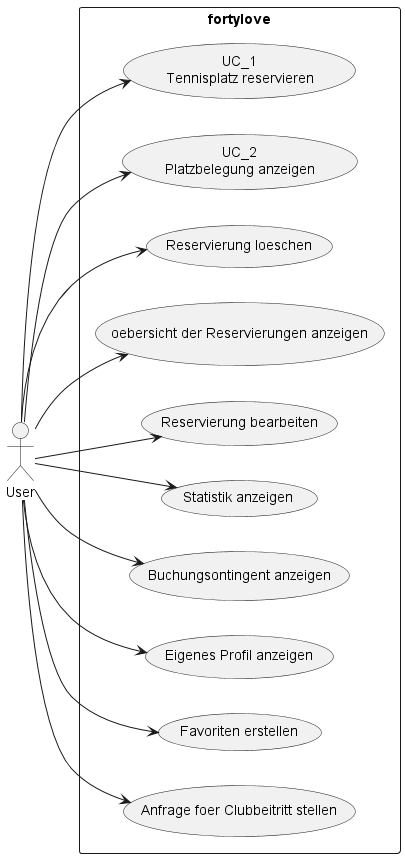
incrediblybadcoder/fortylove keeps this PlantUML diagram as documents/design/usecases/UseCasesUser.png. Above is the earlier version.
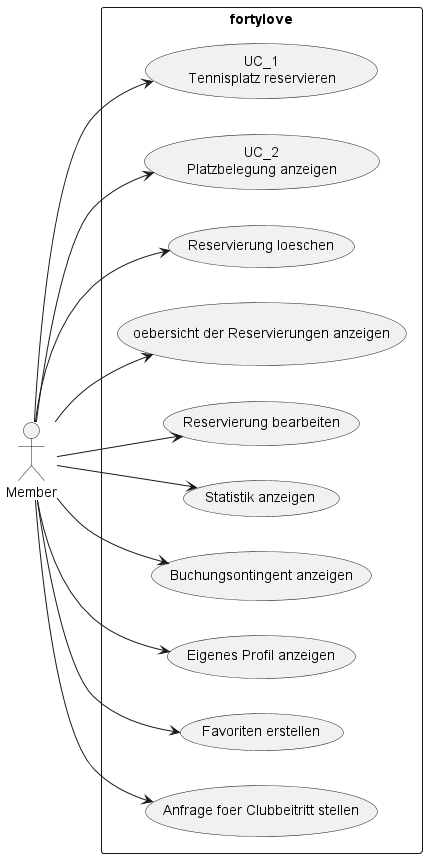
After the commit.

Commit message:
Adding generated UML diagrams as PNG [skip ci]

What changed in the source:
```diff
@@ -1,6 +1,6 @@
 @startuml
 left to right direction
-actor "User" as Actor
+actor "Member" as Actor
 rectangle fortylove {
     Actor --> (UC_1\nTennisplatz reservieren)
     Actor --> (UC_2\nPlatzbelegung anzeigen)
```
